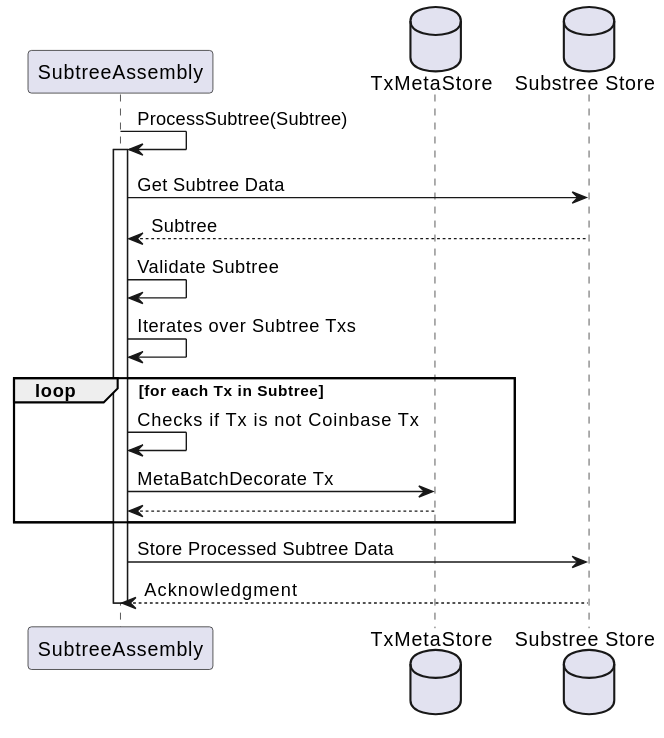
The PlantUML diagram docs/services/img/plantuml/subtreeassembly/subtree_assembly_process_subtree.svg in freemans13/teranode, before a commit. Its source is kept beside it as docs/services/img/plantuml/subtreeassembly/subtree_assembly_process_subtree.puml.
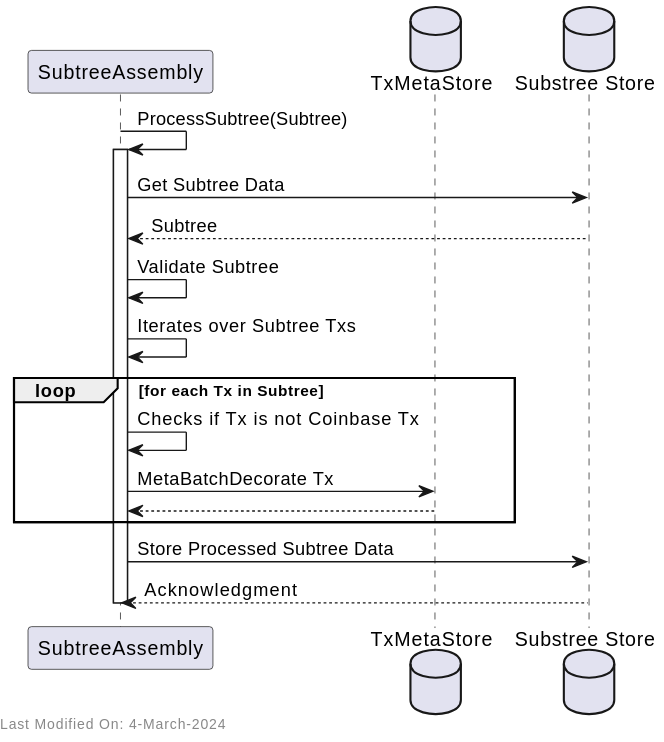
The same diagram one commit later.

The edit, as a diff of the source:
```diff
@@ -25,4 +25,6 @@
 
 deactivate SubtreeAssembly
 
+left footer Last Modified On: 4-March-2024
+
 @enduml
```
